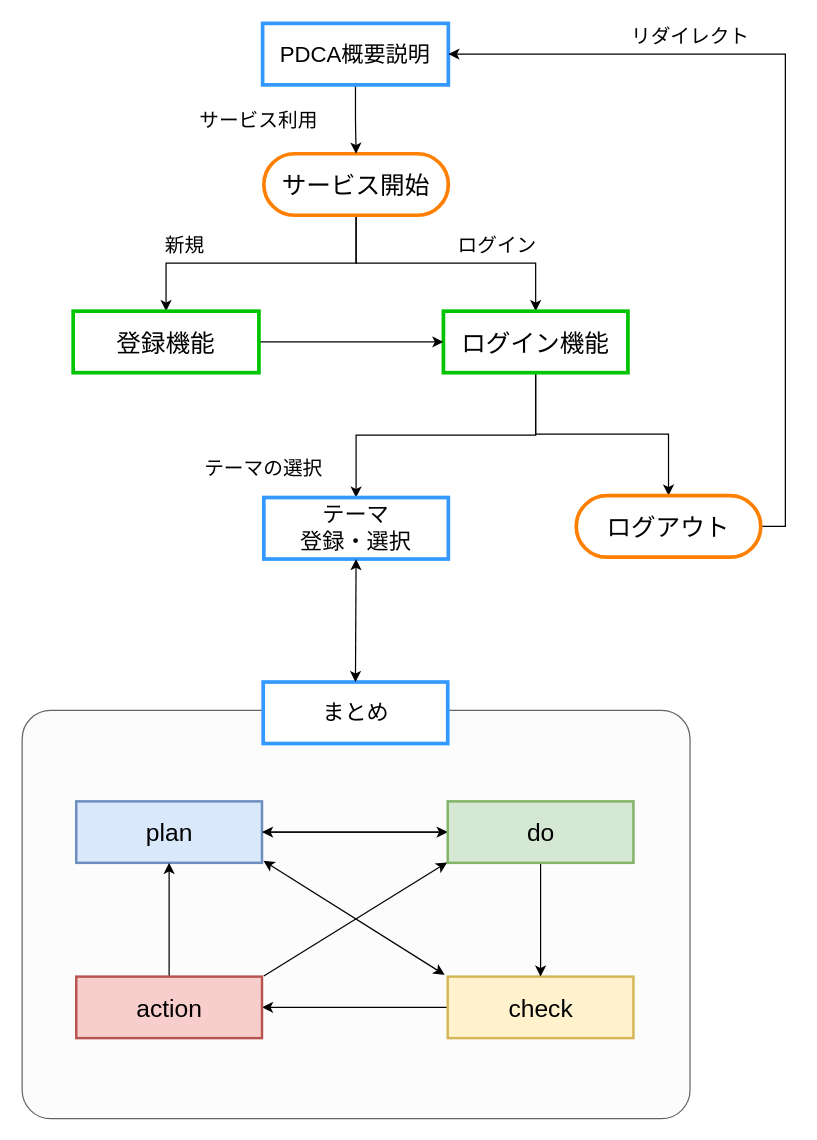
Above: PDCA.drawio in kakeru-kaijo/TECH-BASE-internship (draw.io), before the change. Source tidied: cells renumbered, new cells numbered last; positions are measured from the earlier drawing's top-left corner, leaving out a move shared by most shapes. Both pictures are drawn from the tidied source at 123%, with x=0, y=0 at pixel (21, 22).
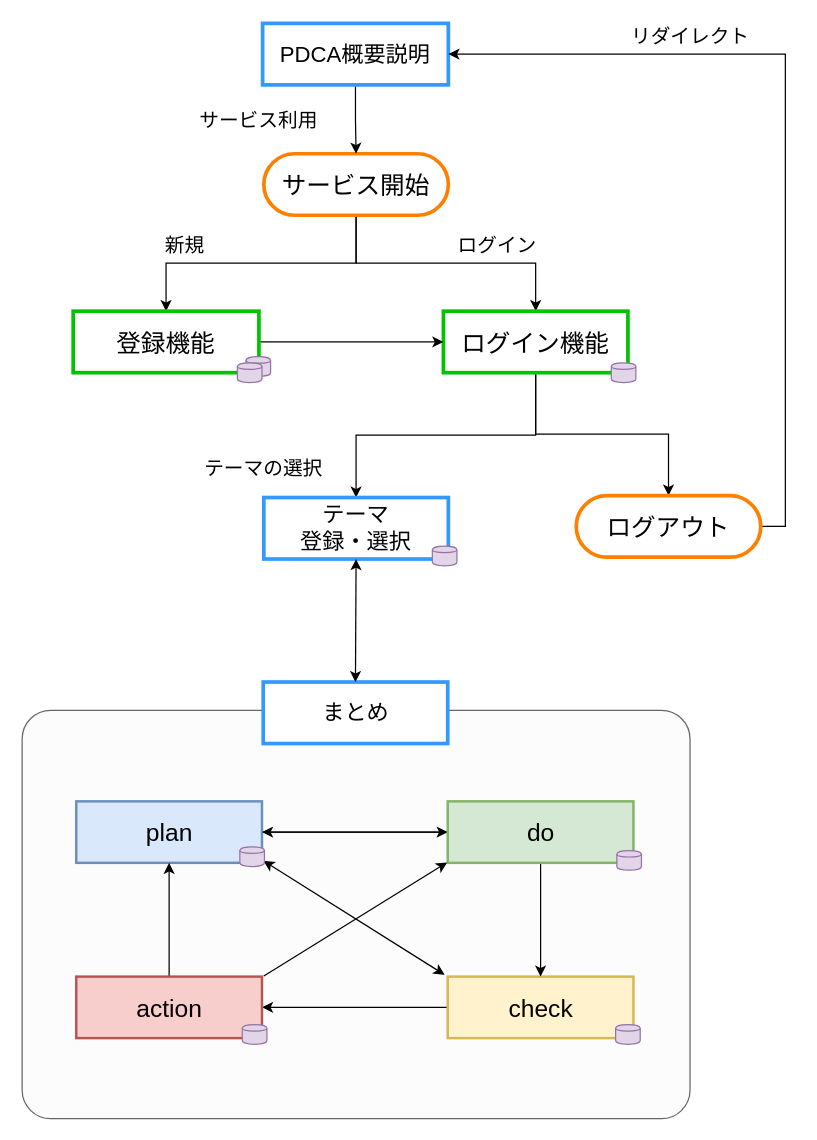
The same diagram, later.

What changed in the source:
```diff
@@
+    <mxCell id="34" style="shape=cylinder;whiteSpace=wrap;html=1;boundedLbl=1;backgroundOutline=1;fillColor=#e1d5e7;strokeColor=#9673a6;" parent="1" vertex="1">
+      <mxGeometry x="182.5" y="271.5" width="20" height="16" as="geometry" />
+    </mxCell>
+    <mxCell id="35" style="shape=cylinder;whiteSpace=wrap;html=1;boundedLbl=1;backgroundOutline=1;fillColor=#e1d5e7;strokeColor=#9673a6;" parent="1" vertex="1">
+      <mxGeometry x="175.5" y="276.5" width="20" height="16" as="geometry" />
+    </mxCell>
+    <mxCell id="36" style="shape=cylinder;whiteSpace=wrap;html=1;boundedLbl=1;backgroundOutline=1;fillColor=#e1d5e7;strokeColor=#9673a6;" parent="1" vertex="1">
+      <mxGeometry x="334" y="425.5" width="20" height="16" as="geometry" />
+    </mxCell>
+    <mxCell id="37" style="shape=cylinder;whiteSpace=wrap;html=1;boundedLbl=1;backgroundOutline=1;fillColor=#e1d5e7;strokeColor=#9673a6;" parent="1" vertex="1">
+      <mxGeometry x="479.5" y="276.5" width="20" height="16" as="geometry" />
+    </mxCell>
+    <mxCell id="38" style="shape=cylinder;whiteSpace=wrap;html=1;boundedLbl=1;backgroundOutline=1;fillColor=#e1d5e7;strokeColor=#9673a6;" parent="1" vertex="1">
+      <mxGeometry x="483" y="814.5" width="20" height="16" as="geometry" />
+    </mxCell>
+    <mxCell id="39" style="shape=cylinder;whiteSpace=wrap;html=1;boundedLbl=1;backgroundOutline=1;fillColor=#e1d5e7;strokeColor=#9673a6;" parent="1" vertex="1">
+      <mxGeometry x="179.5" y="814.5" width="20" height="16" as="geometry" />
+    </mxCell>
+    <mxCell id="40" style="shape=cylinder;whiteSpace=wrap;html=1;boundedLbl=1;backgroundOutline=1;fillColor=#e1d5e7;strokeColor=#9673a6;" parent="1" vertex="1">
+      <mxGeometry x="177.5" y="670" width="20" height="16" as="geometry" />
+    </mxCell>
+    <mxCell id="41" style="shape=cylinder;whiteSpace=wrap;html=1;boundedLbl=1;backgroundOutline=1;fillColor=#e1d5e7;strokeColor=#9673a6;" parent="1" vertex="1">
+      <mxGeometry x="484" y="673" width="20" height="16" as="geometry" />
+    </mxCell>
```
